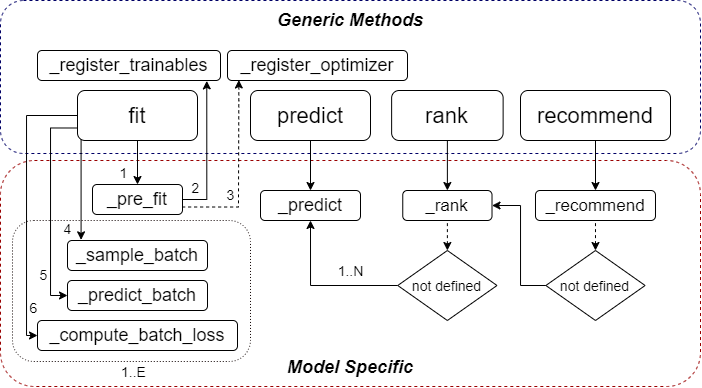
fabioiuri/DRecPy keeps this draw.io diagram as examples/images/call_workflow.png. Above is the earlier version. Source tidied: cells renumbered, new cells last; positions are measured from the earlier drawing's top-left corner, leaving out a move shared by most shapes. Its diagram source:
```xml
<mxGraphModel>
  <root>
    <mxCell id="0" />
    <mxCell id="1" parent="0" />
    <mxCell id="2" style="rounded=1;whiteSpace=wrap;html=1;fontSize=16;dashed=1;strokeColor=#000066;" parent="1" vertex="1">
      <mxGeometry width="700" height="153" as="geometry" />
    </mxCell>
    <mxCell id="3" style="rounded=1;whiteSpace=wrap;html=1;fontSize=16;dashed=1;strokeColor=#990000;" parent="1" vertex="1">
      <mxGeometry y="160" width="700" height="226" as="geometry" />
    </mxCell>
    <mxCell id="4" style="edgeStyle=orthogonalEdgeStyle;rounded=0;jettySize=auto;html=1;exitX=0.5;exitY=1;exitDx=0;exitDy=0;fontSize=18;entryX=0.5;entryY=0;entryDx=0;entryDy=0;" parent="1" edge="1" source="6" target="22">
      <mxGeometry relative="1" as="geometry" />
    </mxCell>
    <mxCell id="5" style="edgeStyle=orthogonalEdgeStyle;rounded=0;jettySize=auto;html=1;exitX=0.106;exitY=1.001;exitDx=0;exitDy=0;fontSize=18;exitPerimeter=0;entryX=0.097;entryY=-0.022;entryDx=0;entryDy=0;entryPerimeter=0;" parent="1" edge="1" source="6" target="28">
      <mxGeometry relative="1" as="geometry">
        <Array as="points">
          <mxPoint x="90" y="115" />
          <mxPoint x="81" y="115" />
        </Array>
      </mxGeometry>
    </mxCell>
    <mxCell id="6" value="fit" style="rounded=1;whiteSpace=wrap;html=1;fontSize=22;" parent="1" vertex="1">
      <mxGeometry x="77" y="90" width="120" height="50" as="geometry" />
    </mxCell>
    <mxCell id="7" value="1" style="text;html=1;align=center;verticalAlign=middle;fontSize=14;" parent="1" vertex="1">
      <mxGeometry x="113" y="162" width="20" height="20" as="geometry" />
    </mxCell>
    <mxCell id="8" value="4" style="text;html=1;align=center;verticalAlign=middle;fontSize=14;" parent="1" vertex="1">
      <mxGeometry x="57" y="218" width="20" height="20" as="geometry" />
    </mxCell>
    <mxCell id="9" style="edgeStyle=orthogonalEdgeStyle;rounded=0;jettySize=auto;html=1;exitX=0.5;exitY=1;exitDx=0;exitDy=0;entryX=0.5;entryY=0;entryDx=0;entryDy=0;fontSize=16;" parent="1" edge="1" source="10" target="25">
      <mxGeometry relative="1" as="geometry" />
    </mxCell>
    <mxCell id="10" value="predict" style="rounded=1;whiteSpace=wrap;html=1;fontSize=22;" parent="1" vertex="1">
      <mxGeometry x="250" y="90" width="120" height="50" as="geometry" />
    </mxCell>
    <mxCell id="11" style="edgeStyle=orthogonalEdgeStyle;rounded=0;jettySize=auto;html=1;fontSize=16;" parent="1" edge="1" source="12" target="13">
      <mxGeometry relative="1" as="geometry" />
    </mxCell>
    <mxCell id="12" value="recommend" style="rounded=1;whiteSpace=wrap;html=1;fontSize=22;" parent="1" vertex="1">
      <mxGeometry x="520" y="90" width="150" height="50" as="geometry" />
    </mxCell>
    <mxCell id="13" value="_recommend" style="rounded=1;whiteSpace=wrap;html=1;fontSize=17;" parent="1" vertex="1">
      <mxGeometry x="535" y="190" width="120" height="30" as="geometry" />
    </mxCell>
    <mxCell id="14" style="edgeStyle=orthogonalEdgeStyle;rounded=0;jettySize=auto;html=1;exitX=0.5;exitY=1;exitDx=0;exitDy=0;entryX=0.5;entryY=0;entryDx=0;entryDy=0;fontSize=16;" parent="1" edge="1" source="15" target="16">
      <mxGeometry relative="1" as="geometry" />
    </mxCell>
    <mxCell id="15" value="rank" style="rounded=1;whiteSpace=wrap;html=1;fontSize=22;" parent="1" vertex="1">
      <mxGeometry x="391.1" y="90" width="111.5" height="50" as="geometry" />
    </mxCell>
    <mxCell id="16" value="_rank" style="rounded=1;whiteSpace=wrap;html=1;fontSize=17;" parent="1" vertex="1">
      <mxGeometry x="402.3" y="190" width="89.2" height="30" as="geometry" />
    </mxCell>
    <mxCell id="17" value="Model Specific" style="text;html=1;strokeColor=none;fillColor=none;align=center;verticalAlign=middle;whiteSpace=wrap;rounded=0;dashed=1;fontSize=18;fontStyle=3;" parent="1" vertex="1">
      <mxGeometry x="280" y="357" width="140" height="20" as="geometry" />
    </mxCell>
    <mxCell id="18" value="Generic Methods" style="text;html=1;strokeColor=none;fillColor=none;align=center;verticalAlign=middle;whiteSpace=wrap;rounded=0;dashed=1;fontSize=18;fontStyle=3;" parent="1" vertex="1">
      <mxGeometry x="245" y="10" width="210" height="20" as="geometry" />
    </mxCell>
    <mxCell id="19" style="endArrow=none;dashed=1;html=1;entryX=0.5;entryY=1;entryDx=0;entryDy=0;exitX=0.5;exitY=0;exitDx=0;exitDy=0;startArrow=classic;startFill=1;" parent="1" edge="1" source="26" target="13">
      <mxGeometry relative="1" as="geometry" />
    </mxCell>
    <mxCell id="20" style="endArrow=none;dashed=1;html=1;entryX=0.5;entryY=1;entryDx=0;entryDy=0;startArrow=classic;startFill=1;exitX=0.5;exitY=0;exitDx=0;exitDy=0;" parent="1" edge="1" source="23" target="16">
      <mxGeometry relative="1" as="geometry" />
    </mxCell>
    <mxCell id="21" value="1..N" style="text;html=1;align=center;verticalAlign=middle;fontSize=14;" parent="1" vertex="1">
      <mxGeometry x="330" y="260" width="40" height="20" as="geometry" />
    </mxCell>
    <mxCell id="22" value="_pre_fit" style="rounded=1;whiteSpace=wrap;html=1;fontSize=18;" parent="1" vertex="1">
      <mxGeometry x="92" y="184" width="90" height="30" as="geometry" />
    </mxCell>
    <mxCell id="23" value="&lt;font style=&quot;font-size: 14px;&quot;&gt;not defined&lt;/font&gt;" style="rhombus;whiteSpace=wrap;html=1;rounded=0;labelBackgroundColor=none;strokeColor=#000000;strokeWidth=1;fontSize=14;" parent="1" vertex="1">
      <mxGeometry x="397.3" y="250" width="99.2" height="70" as="geometry" />
    </mxCell>
    <mxCell id="24" style="edgeStyle=orthogonalEdgeStyle;rounded=0;jettySize=auto;html=1;exitX=0;exitY=0.5;exitDx=0;exitDy=0;entryX=0.5;entryY=1;entryDx=0;entryDy=0;fontSize=16;" parent="1" edge="1" source="23" target="25">
      <mxGeometry relative="1" as="geometry">
        <Array as="points">
          <mxPoint x="310" y="285" />
        </Array>
      </mxGeometry>
    </mxCell>
    <mxCell id="25" value="_predict" style="rounded=1;whiteSpace=wrap;html=1;fontSize=18;" parent="1" vertex="1">
      <mxGeometry x="260" y="190" width="100" height="30" as="geometry" />
    </mxCell>
    <mxCell id="26" value="&lt;font style=&quot;font-size: 14px;&quot;&gt;not defined&lt;/font&gt;" style="rhombus;whiteSpace=wrap;html=1;rounded=0;labelBackgroundColor=none;strokeColor=#000000;strokeWidth=1;fontSize=14;" parent="1" vertex="1">
      <mxGeometry x="545.4" y="250" width="99.2" height="70" as="geometry" />
    </mxCell>
    <mxCell id="27" style="edgeStyle=orthogonalEdgeStyle;rounded=0;jettySize=auto;html=1;exitX=0;exitY=0.5;exitDx=0;exitDy=0;entryX=1;entryY=0.5;entryDx=0;entryDy=0;fontSize=16;" parent="1" edge="1" source="26" target="16">
      <mxGeometry relative="1" as="geometry">
        <Array as="points">
          <mxPoint x="520" y="285" />
          <mxPoint x="520" y="205" />
        </Array>
      </mxGeometry>
    </mxCell>
    <mxCell id="28" value="_sample_batch" style="rounded=1;whiteSpace=wrap;html=1;fontSize=18;" parent="1" vertex="1">
      <mxGeometry x="67" y="240" width="140" height="30" as="geometry" />
    </mxCell>
    <mxCell id="29" value="_predict_batch" style="rounded=1;whiteSpace=wrap;html=1;fontSize=18;" parent="1" vertex="1">
      <mxGeometry x="67" y="280" width="140" height="30" as="geometry" />
    </mxCell>
    <mxCell id="30" value="_compute_batch_loss" style="rounded=1;whiteSpace=wrap;html=1;fontSize=18;" parent="1" vertex="1">
      <mxGeometry x="37" y="320" width="200" height="30" as="geometry" />
    </mxCell>
    <mxCell id="31" value="_register_optimizer" style="rounded=1;whiteSpace=wrap;html=1;fontSize=18;" parent="1" vertex="1">
      <mxGeometry x="227" y="50" width="180" height="30" as="geometry" />
    </mxCell>
    <mxCell id="32" style="edgeStyle=orthogonalEdgeStyle;rounded=0;jettySize=auto;html=1;exitX=0;exitY=0.75;exitDx=0;exitDy=0;entryX=0;entryY=0.5;entryDx=0;entryDy=0;fontSize=18;" parent="1" edge="1" source="6" target="29">
      <mxGeometry relative="1" as="geometry">
        <Array as="points">
          <mxPoint x="50" y="127" />
          <mxPoint x="50" y="295" />
        </Array>
      </mxGeometry>
    </mxCell>
    <mxCell id="33" value="5" style="text;html=1;align=center;verticalAlign=middle;fontSize=14;" parent="1" vertex="1">
      <mxGeometry x="33" y="264" width="20" height="20" as="geometry" />
    </mxCell>
    <mxCell id="34" style="edgeStyle=orthogonalEdgeStyle;rounded=0;jettySize=auto;html=1;exitX=0;exitY=0.5;exitDx=0;exitDy=0;fontSize=18;entryX=0;entryY=0.5;entryDx=0;entryDy=0;" parent="1" edge="1" source="6" target="30">
      <mxGeometry relative="1" as="geometry">
        <Array as="points">
          <mxPoint x="26" y="115" />
          <mxPoint x="26" y="335" />
        </Array>
      </mxGeometry>
    </mxCell>
    <mxCell id="35" value="6" style="text;html=1;align=center;verticalAlign=middle;fontSize=14;" parent="1" vertex="1">
      <mxGeometry x="23" y="297" width="20" height="20" as="geometry" />
    </mxCell>
    <mxCell id="36" style="rounded=1;whiteSpace=wrap;html=1;fontSize=16;dashed=1;fillColor=none;dashPattern=1 2;strokeColor=#0D0000;" parent="1" vertex="1">
      <mxGeometry x="12" y="220" width="238" height="141" as="geometry" />
    </mxCell>
    <mxCell id="37" value="1..E" style="text;html=1;align=center;verticalAlign=middle;fontSize=14;" parent="1" vertex="1">
      <mxGeometry x="113" y="361" width="40" height="20" as="geometry" />
    </mxCell>
    <mxCell id="38" value="_register_trainables" style="rounded=1;whiteSpace=wrap;html=1;fontSize=18;" parent="1" vertex="1">
      <mxGeometry x="37" y="50" width="183" height="30" as="geometry" />
    </mxCell>
    <mxCell id="39" style="edgeStyle=orthogonalEdgeStyle;rounded=0;jettySize=auto;html=1;exitX=1;exitY=0.5;exitDx=0;exitDy=0;fontSize=18;entryX=0.925;entryY=1.013;entryDx=0;entryDy=0;entryPerimeter=0;" parent="1" edge="1" source="22" target="38">
      <mxGeometry relative="1" as="geometry">
        <Array as="points">
          <mxPoint x="206" y="199" />
        </Array>
      </mxGeometry>
    </mxCell>
    <mxCell id="40" value="2" style="text;html=1;align=center;verticalAlign=middle;fontSize=14;" parent="1" vertex="1">
      <mxGeometry x="185" y="177" width="20" height="20" as="geometry" />
    </mxCell>
    <mxCell id="41" style="endArrow=none;dashed=1;html=1;entryX=1;entryY=0.75;entryDx=0;entryDy=0;startArrow=classic;startFill=1;edgeStyle=orthogonalEdgeStyle;rounded=0;exitX=0.063;exitY=0.983;exitDx=0;exitDy=0;exitPerimeter=0;" parent="1" edge="1" source="31" target="22">
      <mxGeometry relative="1" as="geometry">
        <Array as="points">
          <mxPoint x="238" y="100" />
          <mxPoint x="238" y="207" />
        </Array>
      </mxGeometry>
    </mxCell>
    <mxCell id="42" value="3" style="text;html=1;align=center;verticalAlign=middle;fontSize=14;" parent="1" vertex="1">
      <mxGeometry x="220" y="184" width="20" height="20" as="geometry" />
    </mxCell>
  </root>
</mxGraphModel>
```
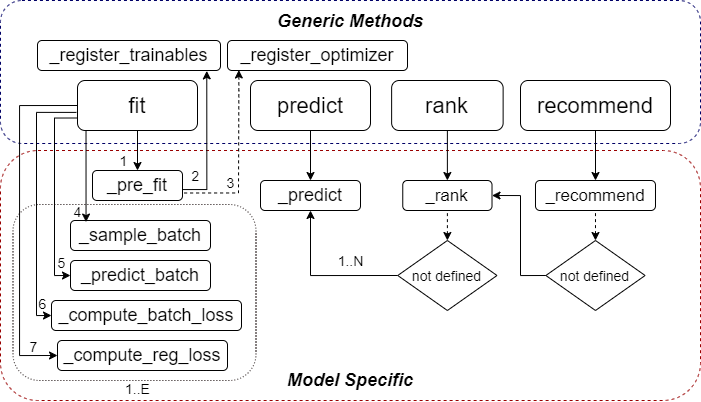
The same diagram one commit later.

What changed in the source:
```diff
@@ -3,30 +3,22 @@
     <mxCell id="0" />
     <mxCell id="1" parent="0" />
     <mxCell id="2" style="rounded=1;whiteSpace=wrap;html=1;fontSize=16;dashed=1;strokeColor=#000066;" parent="1" vertex="1">
-      <mxGeometry width="700" height="153" as="geometry" />
+      <mxGeometry y="10" width="700" height="143" as="geometry" />
     </mxCell>
     <mxCell id="3" style="rounded=1;whiteSpace=wrap;html=1;fontSize=16;dashed=1;strokeColor=#990000;" parent="1" vertex="1">
-      <mxGeometry y="160" width="700" height="226" as="geometry" />
+      <mxGeometry y="160" width="700" height="250" as="geometry" />
     </mxCell>
     <mxCell id="4" style="edgeStyle=orthogonalEdgeStyle;rounded=0;jettySize=auto;html=1;exitX=0.5;exitY=1;exitDx=0;exitDy=0;fontSize=18;entryX=0.5;entryY=0;entryDx=0;entryDy=0;" parent="1" edge="1" source="6" target="22">
       <mxGeometry relative="1" as="geometry" />
     </mxCell>
-    <mxCell id="5" style="edgeStyle=orthogonalEdgeStyle;rounded=0;jettySize=auto;html=1;exitX=0.106;exitY=1.001;exitDx=0;exitDy=0;fontSize=18;exitPerimeter=0;entryX=0.097;entryY=-0.022;entryDx=0;entryDy=0;entryPerimeter=0;" parent="1" edge="1" source="6" target="28">
-      <mxGeometry relative="1" as="geometry">
-        <Array as="points">
-          <mxPoint x="90" y="115" />
-          <mxPoint x="81" y="115" />
-        </Array>
-      </mxGeometry>
-    </mxCell>
     <mxCell id="6" value="fit" style="rounded=1;whiteSpace=wrap;html=1;fontSize=22;" parent="1" vertex="1">
       <mxGeometry x="77" y="90" width="120" height="50" as="geometry" />
     </mxCell>
     <mxCell id="7" value="1" style="text;html=1;align=center;verticalAlign=middle;fontSize=14;" parent="1" vertex="1">
-      <mxGeometry x="113" y="162" width="20" height="20" as="geometry" />
+      <mxGeometry x="113" y="160" width="20" height="20" as="geometry" />
     </mxCell>
     <mxCell id="8" value="4" style="text;html=1;align=center;verticalAlign=middle;fontSize=14;" parent="1" vertex="1">
-      <mxGeometry x="57" y="218" width="20" height="20" as="geometry" />
+      <mxGeometry x="67" y="211" width="20" height="20" as="geometry" />
     </mxCell>
     <mxCell id="9" style="edgeStyle=orthogonalEdgeStyle;rounded=0;jettySize=auto;html=1;exitX=0.5;exitY=1;exitDx=0;exitDy=0;entryX=0.5;entryY=0;entryDx=0;entryDy=0;fontSize=16;" parent="1" edge="1" source="10" target="25">
       <mxGeometry relative="1" as="geometry" />
@@ -53,10 +45,10 @@
       <mxGeometry x="402.3" y="190" width="89.2" height="30" as="geometry" />
     </mxCell>
     <mxCell id="17" value="Model Specific" style="text;html=1;strokeColor=none;fillColor=none;align=center;verticalAlign=middle;whiteSpace=wrap;rounded=0;dashed=1;fontSize=18;fontStyle=3;" parent="1" vertex="1">
-      <mxGeometry x="280" y="357" width="140" height="20" as="geometry" />
+      <mxGeometry x="280" y="380" width="140" height="20" as="geometry" />
     </mxCell>
     <mxCell id="18" value="Generic Methods" style="text;html=1;strokeColor=none;fillColor=none;align=center;verticalAlign=middle;whiteSpace=wrap;rounded=0;dashed=1;fontSize=18;fontStyle=3;" parent="1" vertex="1">
-      <mxGeometry x="245" y="10" width="210" height="20" as="geometry" />
+      <mxGeometry x="245" y="21" width="210" height="20" as="geometry" />
     </mxCell>
     <mxCell id="19" style="endArrow=none;dashed=1;html=1;entryX=0.5;entryY=1;entryDx=0;entryDy=0;exitX=0.5;exitY=0;exitDx=0;exitDy=0;startArrow=classic;startFill=1;" parent="1" edge="1" source="26" target="13">
       <mxGeometry relative="1" as="geometry" />
@@ -68,7 +60,7 @@
       <mxGeometry x="330" y="260" width="40" height="20" as="geometry" />
     </mxCell>
     <mxCell id="22" value="_pre_fit" style="rounded=1;whiteSpace=wrap;html=1;fontSize=18;" parent="1" vertex="1">
-      <mxGeometry x="92" y="184" width="90" height="30" as="geometry" />
+      <mxGeometry x="92" y="180" width="90" height="30" as="geometry" />
     </mxCell>
     <mxCell id="23" value="&lt;font style=&quot;font-size: 14px;&quot;&gt;not defined&lt;/font&gt;" style="rhombus;whiteSpace=wrap;html=1;rounded=0;labelBackgroundColor=none;strokeColor=#000000;strokeWidth=1;fontSize=14;" parent="1" vertex="1">
       <mxGeometry x="397.3" y="250" width="99.2" height="70" as="geometry" />
@@ -95,44 +87,41 @@
       </mxGeometry>
     </mxCell>
     <mxCell id="28" value="_sample_batch" style="rounded=1;whiteSpace=wrap;html=1;fontSize=18;" parent="1" vertex="1">
-      <mxGeometry x="67" y="240" width="140" height="30" as="geometry" />
+      <mxGeometry x="70" y="230" width="140" height="30" as="geometry" />
     </mxCell>
     <mxCell id="29" value="_predict_batch" style="rounded=1;whiteSpace=wrap;html=1;fontSize=18;" parent="1" vertex="1">
-      <mxGeometry x="67" y="280" width="140" height="30" as="geometry" />
+      <mxGeometry x="70" y="270" width="140" height="30" as="geometry" />
     </mxCell>
     <mxCell id="30" value="_compute_batch_loss" style="rounded=1;whiteSpace=wrap;html=1;fontSize=18;" parent="1" vertex="1">
-      <mxGeometry x="37" y="320" width="200" height="30" as="geometry" />
+      <mxGeometry x="51" y="310" width="190" height="30" as="geometry" />
     </mxCell>
     <mxCell id="31" value="_register_optimizer" style="rounded=1;whiteSpace=wrap;html=1;fontSize=18;" parent="1" vertex="1">
       <mxGeometry x="227" y="50" width="180" height="30" as="geometry" />
     </mxCell>
-    <mxCell id="32" style="edgeStyle=orthogonalEdgeStyle;rounded=0;jettySize=auto;html=1;exitX=0;exitY=0.75;exitDx=0;exitDy=0;entryX=0;entryY=0.5;entryDx=0;entryDy=0;fontSize=18;" parent="1" edge="1" source="6" target="29">
+    <mxCell id="32" style="edgeStyle=orthogonalEdgeStyle;rounded=0;jettySize=auto;html=1;exitX=0;exitY=0.75;exitDx=0;exitDy=0;fontSize=18;entryX=0;entryY=0.5;entryDx=0;entryDy=0;" parent="1" edge="1" source="6" target="29">
       <mxGeometry relative="1" as="geometry">
         <Array as="points">
-          <mxPoint x="50" y="127" />
-          <mxPoint x="50" y="295" />
+          <mxPoint x="54" y="127" />
+          <mxPoint x="54" y="285" />
         </Array>
       </mxGeometry>
     </mxCell>
     <mxCell id="33" value="5" style="text;html=1;align=center;verticalAlign=middle;fontSize=14;" parent="1" vertex="1">
-      <mxGeometry x="33" y="264" width="20" height="20" as="geometry" />
+      <mxGeometry x="51" y="262" width="20" height="20" as="geometry" />
     </mxCell>
-    <mxCell id="34" style="edgeStyle=orthogonalEdgeStyle;rounded=0;jettySize=auto;html=1;exitX=0;exitY=0.5;exitDx=0;exitDy=0;fontSize=18;entryX=0;entryY=0.5;entryDx=0;entryDy=0;" parent="1" edge="1" source="6" target="30">
+    <mxCell id="34" style="edgeStyle=orthogonalEdgeStyle;rounded=0;jettySize=auto;html=1;exitX=-0.009;exitY=0.638;exitDx=0;exitDy=0;fontSize=18;entryX=0;entryY=0.5;entryDx=0;entryDy=0;exitPerimeter=0;" parent="1" edge="1" source="6" target="30">
       <mxGeometry relative="1" as="geometry">
         <Array as="points">
-          <mxPoint x="26" y="115" />
-          <mxPoint x="26" y="335" />
+          <mxPoint x="36" y="122" />
+          <mxPoint x="36" y="325" />
         </Array>
       </mxGeometry>
     </mxCell>
     <mxCell id="35" value="6" style="text;html=1;align=center;verticalAlign=middle;fontSize=14;" parent="1" vertex="1">
-      <mxGeometry x="23" y="297" width="20" height="20" as="geometry" />
+      <mxGeometry x="32" y="303" width="20" height="20" as="geometry" />
     </mxCell>
-    <mxCell id="36" style="rounded=1;whiteSpace=wrap;html=1;fontSize=16;dashed=1;fillColor=none;dashPattern=1 2;strokeColor=#0D0000;" parent="1" vertex="1">
-      <mxGeometry x="12" y="220" width="238" height="141" as="geometry" />
-    </mxCell>
     <mxCell id="37" value="1..E" style="text;html=1;align=center;verticalAlign=middle;fontSize=14;" parent="1" vertex="1">
-      <mxGeometry x="113" y="361" width="40" height="20" as="geometry" />
+      <mxGeometry x="117" y="388" width="40" height="20" as="geometry" />
     </mxCell>
     <mxCell id="38" value="_register_trainables" style="rounded=1;whiteSpace=wrap;html=1;fontSize=18;" parent="1" vertex="1">
       <mxGeometry x="37" y="50" width="183" height="30" as="geometry" />
@@ -145,7 +134,7 @@
       </mxGeometry>
     </mxCell>
     <mxCell id="40" value="2" style="text;html=1;align=center;verticalAlign=middle;fontSize=14;" parent="1" vertex="1">
-      <mxGeometry x="185" y="177" width="20" height="20" as="geometry" />
+      <mxGeometry x="185" y="175" width="20" height="20" as="geometry" />
     </mxCell>
     <mxCell id="41" style="endArrow=none;dashed=1;html=1;entryX=1;entryY=0.75;entryDx=0;entryDy=0;startArrow=classic;startFill=1;edgeStyle=orthogonalEdgeStyle;rounded=0;exitX=0.063;exitY=0.983;exitDx=0;exitDy=0;exitPerimeter=0;" parent="1" edge="1" source="31" target="22">
       <mxGeometry relative="1" as="geometry">
@@ -156,7 +145,27 @@
       </mxGeometry>
     </mxCell>
     <mxCell id="42" value="3" style="text;html=1;align=center;verticalAlign=middle;fontSize=14;" parent="1" vertex="1">
-      <mxGeometry x="220" y="184" width="20" height="20" as="geometry" />
+      <mxGeometry x="220" y="182" width="20" height="20" as="geometry" />
     </mxCell>
+    <mxCell id="43" value="_compute_reg_loss" style="rounded=1;whiteSpace=wrap;html=1;fontSize=18;" parent="1" vertex="1">
+      <mxGeometry x="57" y="350" width="170" height="30" as="geometry" />
+    </mxCell>
+    <mxCell id="5" style="endArrow=classic;html=1;fontSize=18;exitX=0.071;exitY=1.01;exitDx=0;exitDy=0;entryX=0.111;entryY=0.052;entryDx=0;entryDy=0;entryPerimeter=0;exitPerimeter=0;" parent="1" edge="1" source="6" target="28">
+      <mxGeometry relative="1" as="geometry" />
+    </mxCell>
+    <mxCell id="44" style="edgeStyle=orthogonalEdgeStyle;rounded=0;jettySize=auto;html=1;fontSize=18;entryX=0;entryY=0.5;entryDx=0;entryDy=0;exitX=0;exitY=0.5;exitDx=0;exitDy=0;" parent="1" edge="1" source="6" target="43">
+      <mxGeometry relative="1" as="geometry">
+        <Array as="points">
+          <mxPoint x="19" y="115" />
+          <mxPoint x="19" y="365" />
+        </Array>
+      </mxGeometry>
+    </mxCell>
+    <mxCell id="45" value="7" style="text;html=1;align=center;verticalAlign=middle;fontSize=14;" parent="1" vertex="1">
+      <mxGeometry x="23" y="346" width="20" height="20" as="geometry" />
+    </mxCell>
+    <mxCell id="36" style="rounded=1;whiteSpace=wrap;html=1;fontSize=16;dashed=1;fillColor=none;dashPattern=1 2;strokeColor=#0D0000;" parent="1" vertex="1">
+      <mxGeometry x="12.5" y="214" width="243" height="176" as="geometry" />
+    </mxCell>
   </root>
 </mxGraphModel>
```
